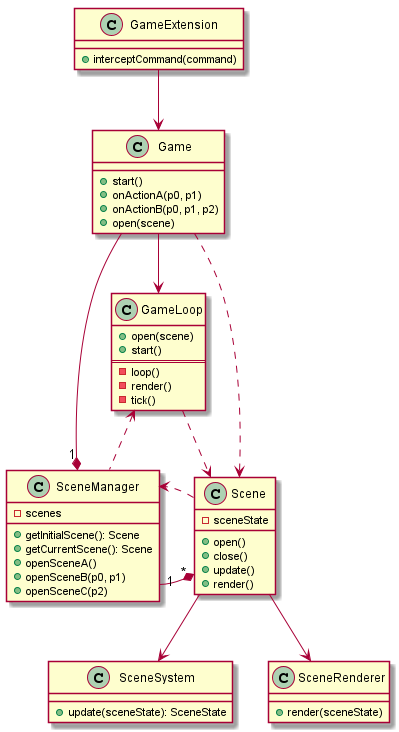
The PlantUML diagram doc/game.png in olivierperez/SoulGame, before a commit. The source it was exported from:
```plantuml
@startuml

class GameExtension {
    + interceptCommand(command)
}

class Game {
    + start()
    + onActionA(p0, p1)
    + onActionB(p0, p1, p2)
    + open(scene)
}

class Scene {
    - sceneState
    + open()
    + close()
    + update()
    + render()
}

class SceneManager {
    - scenes
    + getInitialScene(): Scene
    + getCurrentScene(): Scene
    + openSceneA()
    + openSceneB(p0, p1)
    + openSceneC(p2)
}

class SceneSystem {
    + update(sceneState): SceneState
}

class SceneRenderer {
    + render(sceneState)
}

class GameLoop {
    + open(scene)
    + start()
    ==
    - loop()
    - render()
    - tick()
}

GameExtension --> Game

Game --* "1" SceneManager
GameLoop <.. SceneManager
Game --> GameLoop
Game ...> Scene
SceneManager "1" -* "*" Scene
Scene ...> SceneManager
GameLoop ..> Scene
Scene --> SceneSystem
Scene --> SceneRenderer

@enduml
```
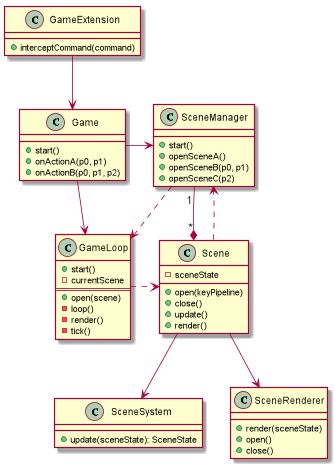
After the commit.

Commit message:
rewrite class diagram

What changed in the source:
```diff
@@ -8,21 +8,28 @@
     + start()
     + onActionA(p0, p1)
     + onActionB(p0, p1, p2)
-    + open(scene)
 }
 
 class Scene {
     - sceneState
-    + open()
+    + open(keyPipeline)
     + close()
     + update()
     + render()
 }
 
+class GameLoop {
+    + start()
+    - currentScene
+    ==
+    + open(scene)
+    - loop()
+    - render()
+    - tick()
+}
+
 class SceneManager {
-    - scenes
-    + getInitialScene(): Scene
-    + getCurrentScene(): Scene
+    + start()
     + openSceneA()
     + openSceneB(p0, p1)
     + openSceneC(p2)
@@ -34,26 +41,21 @@
 
 class SceneRenderer {
     + render(sceneState)
-}
-
-class GameLoop {
-    + open(scene)
-    + start()
-    ==
-    - loop()
-    - render()
-    - tick()
+    + open()
+    + close()
 }
 
 GameExtension --> Game
 
-Game --* "1" SceneManager
-GameLoop <.. SceneManager
-Game --> GameLoop
-Game ...> Scene
+Game -> SceneManager
+Game -> GameLoop
+
+GameLoop .> Scene
+
+SceneManager ..> GameLoop
 SceneManager "1" -* "*" Scene
+
 Scene ...> SceneManager
-GameLoop ..> Scene
 Scene --> SceneSystem
 Scene --> SceneRenderer
 
```
